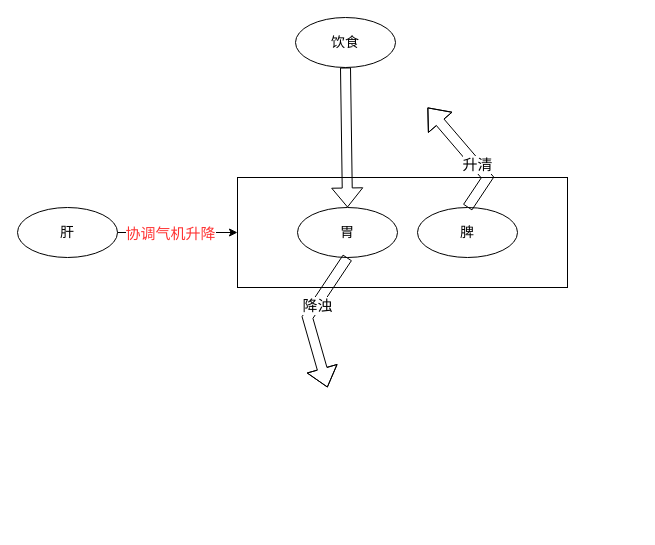
Before: 医门推敲叁/中医藏象学说/藏象学说之肝/肝的生理功能/002肝主疏泄-促进消化吸收.drawio in 328507133/chart, a draw.io diagram. Source tidied: cells renumbered, new cells numbered last; positions are measured from the earlier drawing's top-left corner, leaving out a move shared by most shapes. Both pictures are drawn from the tidied source at 100%, with x=0, y=0 at pixel (17, 17).
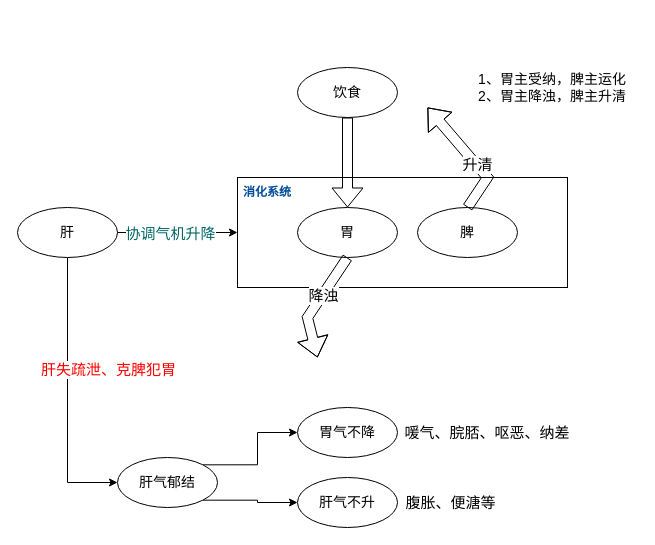
After the change.

Commit message:
更新002肝主疏泄-促进消化吸收.drawio

Unchanged cells that the change refers to:
```xml
<mxCell id="4" value="胃" style="ellipse;whiteSpace=wrap;html=1;fontSize=14;" parent="1" vertex="1">
  <mxGeometry x="280" y="190" width="100" height="50" as="geometry" />
</mxCell>
<mxCell id="9" value="肝" style="ellipse;whiteSpace=wrap;html=1;fontSize=14;" parent="1" vertex="1">
  <mxGeometry y="190" width="100" height="50" as="geometry" />
</mxCell>
<mxCell id="12" style="endArrow=classic;html=1;rounded=0;entryX=0;entryY=0.5;entryDx=0;entryDy=0;exitX=1;exitY=0.5;exitDx=0;exitDy=0;" parent="1" edge="1" source="9" target="2">
  <mxGeometry relative="1" as="geometry" />
</mxCell>
```

Diff of the diagram source:
```diff
@@
     <mxCell id="7" style="shape=flexArrow;endArrow=classic;html=1;rounded=0;exitX=0.5;exitY=1;exitDx=0;exitDy=0;" parent="1" edge="1" source="4">
       <mxGeometry relative="1" as="geometry">
-        <mxPoint x="310" y="370" as="targetPoint" />
+        <mxPoint x="300" y="340" as="targetPoint" />
         <Array as="points">
           <mxPoint x="290" y="300" />
         </Array>
       </mxGeometry>
     </mxCell>
@@
+    <mxCell id="14" style="edgeStyle=orthogonalEdgeStyle;rounded=0;jettySize=auto;html=1;exitX=0.5;exitY=1;exitDx=0;exitDy=0;entryX=0;entryY=0.5;entryDx=0;entryDy=0;" parent="1" edge="1" source="9" target="20">
+      <mxGeometry relative="1" as="geometry" />
+    </mxCell>
+    <mxCell id="15" value="肝失疏泄、克脾犯胃" style="edgeLabel;html=1;align=center;verticalAlign=middle;fontSize=15;fontColor=#FF0000;" parent="14" vertex="1">
+      <mxGeometry x="0.09" y="1" relative="1" as="geometry">
+        <mxPoint x="39" y="-39" as="offset" />
+      </mxGeometry>
+    </mxCell>
@@
     <mxCell id="10" value="饮食" style="ellipse;whiteSpace=wrap;html=1;fontSize=14;" parent="1" vertex="1">
-      <mxGeometry x="278" width="100" height="50" as="geometry" />
+      <mxGeometry x="280" y="50" width="100" height="50" as="geometry" />
     </mxCell>
@@
-    <mxCell id="13" value="协调气机升降" style="edgeLabel;html=1;align=center;verticalAlign=middle;fontSize=15;fontColor=#FF3333;" parent="12" vertex="1">
+    <mxCell id="13" value="协调气机升降" style="edgeLabel;html=1;align=center;verticalAlign=middle;fontSize=15;fontColor=#006666;" parent="12" vertex="1">
       <mxGeometry x="-0.14" relative="1" as="geometry" />
     </mxCell>
+    <mxCell id="16" value="1、胃主受纳，脾主运化&lt;br style=&quot;font-size: 14px;&quot;&gt;2、胃主降浊，脾主升清" style="text;html=1;strokeColor=none;fillColor=none;align=center;verticalAlign=middle;whiteSpace=wrap;rounded=0;fontSize=14;" parent="1" vertex="1">
+      <mxGeometry x="450" y="50" width="170" height="40" as="geometry" />
+    </mxCell>
+    <mxCell id="17" value="消化系统" style="text;html=1;strokeColor=none;fillColor=none;align=center;verticalAlign=middle;whiteSpace=wrap;rounded=0;fontStyle=1;fontColor=#004C99;" parent="1" vertex="1">
+      <mxGeometry x="220" y="160" width="60" height="30" as="geometry" />
+    </mxCell>
+    <mxCell id="18" style="edgeStyle=orthogonalEdgeStyle;rounded=0;jettySize=auto;html=1;exitX=1;exitY=0;exitDx=0;exitDy=0;" parent="1" edge="1" source="20" target="21">
+      <mxGeometry relative="1" as="geometry" />
+    </mxCell>
+    <mxCell id="19" style="edgeStyle=orthogonalEdgeStyle;rounded=0;jettySize=auto;html=1;exitX=1;exitY=1;exitDx=0;exitDy=0;entryX=0;entryY=0.5;entryDx=0;entryDy=0;" parent="1" edge="1" source="20" target="23">
+      <mxGeometry relative="1" as="geometry" />
+    </mxCell>
+    <mxCell id="20" value="肝气郁结" style="ellipse;whiteSpace=wrap;html=1;fontSize=14;" parent="1" vertex="1">
+      <mxGeometry x="100" y="440" width="100" height="50" as="geometry" />
+    </mxCell>
+    <mxCell id="21" value="胃气不降" style="ellipse;whiteSpace=wrap;html=1;fontSize=14;" parent="1" vertex="1">
+      <mxGeometry x="280" y="390" width="100" height="50" as="geometry" />
+    </mxCell>
+    <mxCell id="22" value="喛气、脘脴、呕恶、纳差" style="text;html=1;strokeColor=none;fillColor=none;align=center;verticalAlign=middle;whiteSpace=wrap;rounded=0;fontSize=15;" parent="1" vertex="1">
+      <mxGeometry x="380" y="400" width="180" height="30" as="geometry" />
+    </mxCell>
+    <mxCell id="23" value="肝气不升" style="ellipse;whiteSpace=wrap;html=1;fontSize=14;" parent="1" vertex="1">
+      <mxGeometry x="280" y="460" width="100" height="50" as="geometry" />
+    </mxCell>
+    <mxCell id="24" value="腹胀、便溏等" style="text;html=1;strokeColor=none;fillColor=none;align=center;verticalAlign=middle;whiteSpace=wrap;rounded=0;fontSize=15;" parent="1" vertex="1">
+      <mxGeometry x="387" y="475" width="93" height="20" as="geometry" />
+    </mxCell>
```
